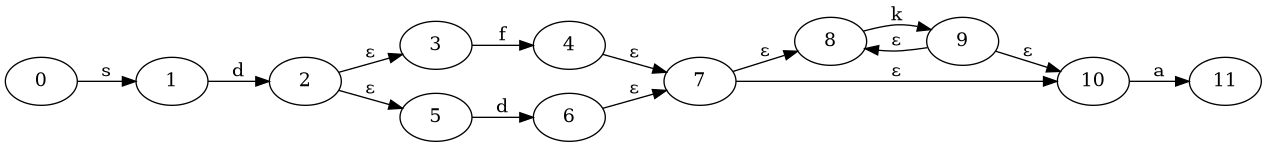
This is sem6/com_dis/lab/exes/Digraph.gv.png from Dark-WizZ/BE, a Graphviz export, as it was before one commit. Its source is kept beside it as sem6/com_dis/lab/exes/Digraph.gv. Its diagram source:
```dot
digraph {
	graph [rankdir=LR]
	0 -> 1 [label=s]
	1 -> 2 [label=d]
	2 -> 3 [label="ε"]
	2 -> 5 [label="ε"]
	3 -> 4 [label=f]
	5 -> 6 [label=d]
	4 -> 7 [label="ε"]
	6 -> 7 [label="ε"]
	7 -> 8 [label="ε"]
	7 -> 10 [label="ε"]
	8 -> 9 [label=k]
	9 -> 8 [label="ε"]
	9 -> 10 [label="ε"]
	10 -> 11 [label=a]
}
```
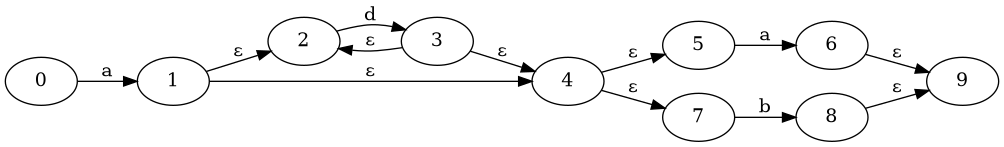
Later version of the same file.

Change to the diagram source:
```diff
@@ -1,17 +1,15 @@
 digraph {
 	graph [rankdir=LR]
-	0 -> 1 [label=s]
-	1 -> 2 [label=d]
-	2 -> 3 [label="ε"]
-	2 -> 5 [label="ε"]
-	3 -> 4 [label=f]
-	5 -> 6 [label=d]
+	0 -> 1 [label=a]
+	1 -> 2 [label="ε"]
+	1 -> 4 [label="ε"]
+	2 -> 3 [label=d]
+	3 -> 2 [label="ε"]
+	3 -> 4 [label="ε"]
+	4 -> 5 [label="ε"]
 	4 -> 7 [label="ε"]
-	6 -> 7 [label="ε"]
-	7 -> 8 [label="ε"]
-	7 -> 10 [label="ε"]
-	8 -> 9 [label=k]
-	9 -> 8 [label="ε"]
-	9 -> 10 [label="ε"]
-	10 -> 11 [label=a]
+	5 -> 6 [label=a]
+	7 -> 8 [label=b]
+	6 -> 9 [label="ε"]
+	8 -> 9 [label="ε"]
 }
```
